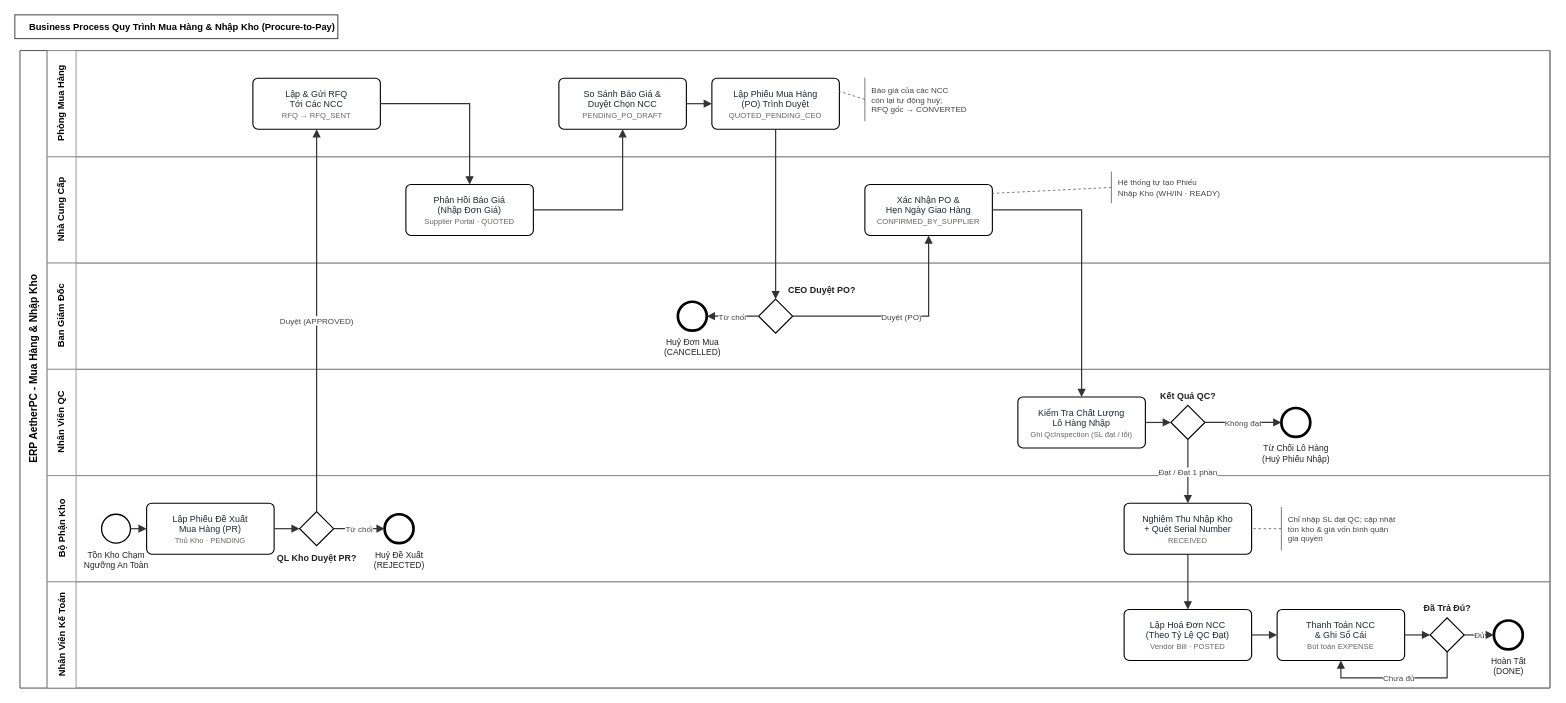
Before: docs/diagrams/bpmn/quy_trinh_mua_hang.drawio in hoangmkid12/ERP_AetherPC, a draw.io diagram. Source tidied: cells renumbered, new cells numbered last; positions are measured from the earlier drawing's top-left corner, leaving out a move shared by most shapes. Both pictures are drawn from the tidied source at 85%, with x=0, y=0 at pixel (14, 14).
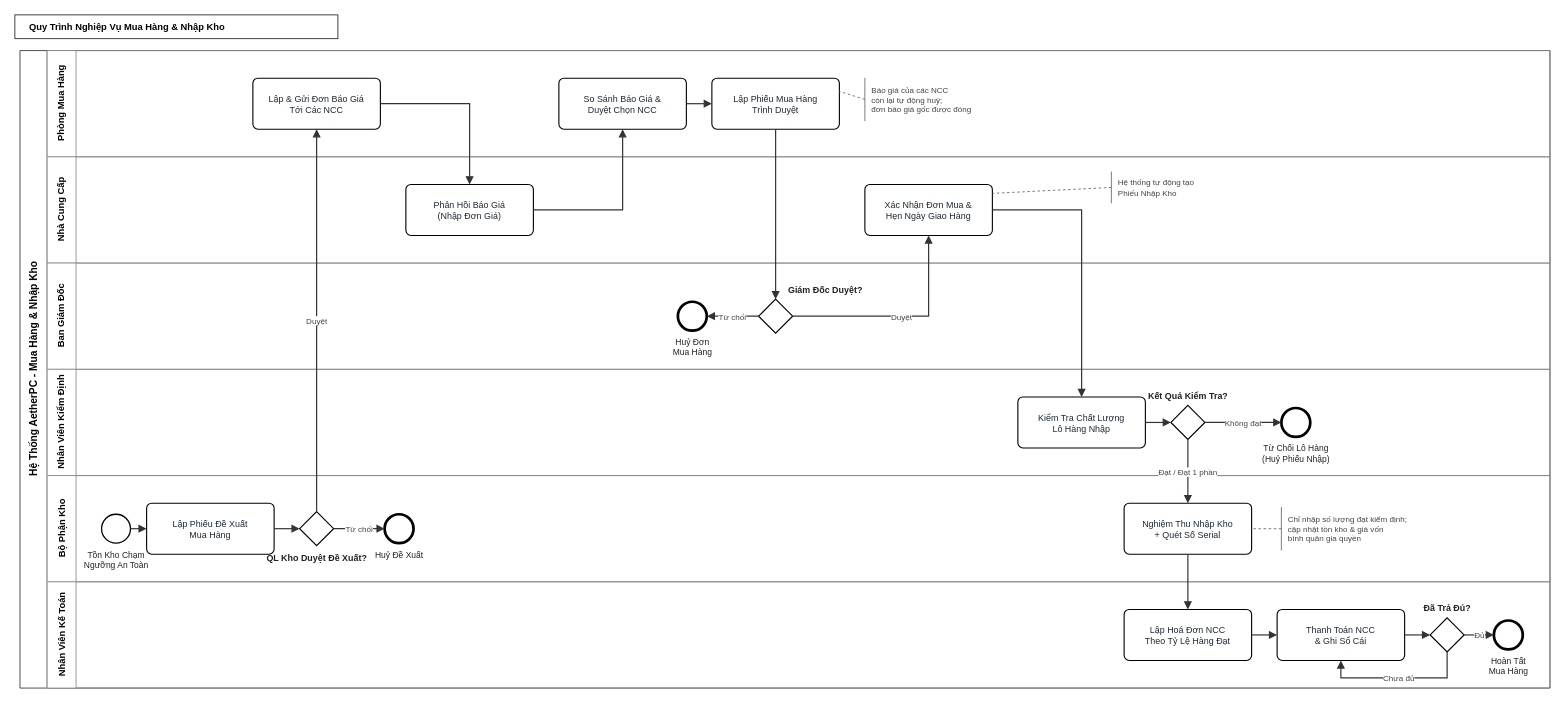
Above is the later version.

Commit message (it also covers changes not shown here):
docs(bpmn): so do mua hang chi dung tieng Viet, doi RFQ thanh Don Bao Gia, bo dong ma trang thai

What changed in the source:
```diff
@@
-    <mxCell id="2" value="Business Process Quy Trình Mua Hàng &amp; Nhập Kho (Procure-to-Pay)" style="rounded=0;whiteSpace=wrap;html=1;fillColor=#FFFFFF;strokeColor=#222222;fontSize=11;fontStyle=1;align=left;spacingLeft=15;verticalAlign=middle;" parent="1" vertex="1">
+    <mxCell id="2" value="Quy Trình Nghiệp Vụ Mua Hàng &amp; Nhập Kho" style="rounded=0;whiteSpace=wrap;html=1;fillColor=#FFFFFF;strokeColor=#222222;fontSize=11;fontStyle=1;align=left;spacingLeft=15;verticalAlign=middle;" parent="1" vertex="1">
       <mxGeometry width="380" height="28" as="geometry" />
     </mxCell>
-    <mxCell id="3" value="ERP AetherPC - Mua Hàng &amp; Nhập Kho" style="swimlane;html=1;startSize=32;horizontal=0;fillColor=#FFFFFF;strokeColor=#333333;fontStyle=1;fontSize=12;" parent="1" vertex="1">
+    <mxCell id="3" value="Hệ Thống AetherPC - Mua Hàng &amp; Nhập Kho" style="swimlane;html=1;startSize=32;horizontal=0;fillColor=#FFFFFF;strokeColor=#333333;fontStyle=1;fontSize=12;" parent="1" vertex="1">
       <mxGeometry x="6" y="42" width="1800" height="750" as="geometry" />
     </mxCell>
@@
-    <mxCell id="7" value="Nhân Viên QC" style="swimlane;html=1;startSize=34;horizontal=0;fillColor=#FFFFFF;strokeColor=#888888;fontStyle=1;fontSize=11;" parent="3" vertex="1">
+    <mxCell id="7" value="Nhân Viên Kiểm Định" style="swimlane;html=1;startSize=34;horizontal=0;fillColor=#FFFFFF;strokeColor=#888888;fontStyle=1;fontSize=11;" parent="3" vertex="1">
       <mxGeometry x="32" y="375" width="1768" height="125" as="geometry" />
     </mxCell>
@@
-    <mxCell id="12" value="Lập Phiếu Đề Xuất&lt;br/&gt;Mua Hàng (PR)&lt;br/&gt;&lt;font color=&quot;#666666&quot; style=&quot;font-size:9px&quot;&gt;Thủ Kho · PENDING&lt;/font&gt;" style="rounded=1;arcSize=10;whiteSpace=wrap;html=1;fillColor=#FFFFFF;strokeColor=#000000;strokeWidth=1.3;fontSize=10.5;fontColor=#1C2833;" parent="1" vertex="1">
+    <mxCell id="12" value="Lập Phiếu Đề Xuất&lt;br/&gt;Mua Hàng" style="rounded=1;arcSize=10;whiteSpace=wrap;html=1;fillColor=#FFFFFF;strokeColor=#000000;strokeWidth=1.3;fontSize=10.5;fontColor=#1C2833;" parent="1" vertex="1">
       <mxGeometry x="155" y="574.5" width="150" height="60" as="geometry" />
     </mxCell>
@@
-    <mxCell id="14" value="QL Kho Duyệt PR?" style="text;html=1;align=center;verticalAlign=top;strokeColor=none;fillColor=none;fontSize=10.5;fontStyle=1;fontColor=#222222;" parent="1" vertex="1">
-      <mxGeometry x="295" y="626" width="120" height="25" as="geometry" />
+    <mxCell id="14" value="QL Kho Duyệt Đề Xuất?" style="text;html=1;align=center;verticalAlign=top;strokeColor=none;fillColor=none;fontSize=10.5;fontStyle=1;fontColor=#222222;" parent="1" vertex="1">
+      <mxGeometry x="285" y="626" width="140" height="25" as="geometry" />
     </mxCell>
@@
-    <mxCell id="16" value="Huỷ Đề Xuất&lt;br/&gt;(REJECTED)" style="text;html=1;align=center;verticalAlign=top;strokeColor=none;fillColor=none;fontSize=10;fontColor=#222222;" parent="1" vertex="1">
+    <mxCell id="16" value="Huỷ Đề Xuất" style="text;html=1;align=center;verticalAlign=top;strokeColor=none;fillColor=none;fontSize=10;fontColor=#222222;" parent="1" vertex="1">
       <mxGeometry x="402" y="623" width="100" height="30" as="geometry" />
     </mxCell>
-    <mxCell id="17" value="Lập &amp;amp; Gửi RFQ&lt;br/&gt;Tới Các NCC&lt;br/&gt;&lt;font color=&quot;#666666&quot; style=&quot;font-size:9px&quot;&gt;RFQ → RFQ_SENT&lt;/font&gt;" style="rounded=1;arcSize=10;whiteSpace=wrap;html=1;fillColor=#FFFFFF;strokeColor=#000000;strokeWidth=1.3;fontSize=10.5;fontColor=#1C2833;" parent="1" vertex="1">
+    <mxCell id="17" value="Lập &amp; Gửi Đơn Báo Giá&lt;br/&gt;Tới Các NCC" style="rounded=1;arcSize=10;whiteSpace=wrap;html=1;fillColor=#FFFFFF;strokeColor=#000000;strokeWidth=1.3;fontSize=10.5;fontColor=#1C2833;" parent="1" vertex="1">
       <mxGeometry x="280" y="74.5" width="150" height="60" as="geometry" />
     </mxCell>
-    <mxCell id="18" value="Phản Hồi Báo Giá&lt;br/&gt;(Nhập Đơn Giá)&lt;br/&gt;&lt;font color=&quot;#666666&quot; style=&quot;font-size:9px&quot;&gt;Supplier Portal · QUOTED&lt;/font&gt;" style="rounded=1;arcSize=10;whiteSpace=wrap;html=1;fillColor=#FFFFFF;strokeColor=#000000;strokeWidth=1.3;fontSize=10.5;fontColor=#1C2833;" parent="1" vertex="1">
+    <mxCell id="18" value="Phản Hồi Báo Giá&lt;br/&gt;(Nhập Đơn Giá)" style="rounded=1;arcSize=10;whiteSpace=wrap;html=1;fillColor=#FFFFFF;strokeColor=#000000;strokeWidth=1.3;fontSize=10.5;fontColor=#1C2833;" parent="1" vertex="1">
       <mxGeometry x="460" y="199.5" width="150" height="60" as="geometry" />
     </mxCell>
-    <mxCell id="19" value="So Sánh Báo Giá &amp;amp;&lt;br/&gt;Duyệt Chọn NCC&lt;br/&gt;&lt;font color=&quot;#666666&quot; style=&quot;font-size:9px&quot;&gt;PENDING_PO_DRAFT&lt;/font&gt;" style="rounded=1;arcSize=10;whiteSpace=wrap;html=1;fillColor=#FFFFFF;strokeColor=#000000;strokeWidth=1.3;fontSize=10.5;fontColor=#1C2833;" parent="1" vertex="1">
+    <mxCell id="19" value="So Sánh Báo Giá &amp;&lt;br/&gt;Duyệt Chọn NCC" style="rounded=1;arcSize=10;whiteSpace=wrap;html=1;fillColor=#FFFFFF;strokeColor=#000000;strokeWidth=1.3;fontSize=10.5;fontColor=#1C2833;" parent="1" vertex="1">
       <mxGeometry x="640" y="74.5" width="150" height="60" as="geometry" />
     </mxCell>
-    <mxCell id="20" value="Lập Phiếu Mua Hàng&lt;br/&gt;(PO) Trình Duyệt&lt;br/&gt;&lt;font color=&quot;#666666&quot; style=&quot;font-size:9px&quot;&gt;QUOTED_PENDING_CEO&lt;/font&gt;" style="rounded=1;arcSize=10;whiteSpace=wrap;html=1;fillColor=#FFFFFF;strokeColor=#000000;strokeWidth=1.3;fontSize=10.5;fontColor=#1C2833;" parent="1" vertex="1">
+    <mxCell id="20" value="Lập Phiếu Mua Hàng&lt;br/&gt;Trình Duyệt" style="rounded=1;arcSize=10;whiteSpace=wrap;html=1;fillColor=#FFFFFF;strokeColor=#000000;strokeWidth=1.3;fontSize=10.5;fontColor=#1C2833;" parent="1" vertex="1">
       <mxGeometry x="820" y="74.5" width="150" height="60" as="geometry" />
     </mxCell>
-    <mxCell id="21" value="Báo giá của các NCC&lt;br/&gt;còn lại tự động huỷ;&lt;br/&gt;RFQ gốc → CONVERTED" style="shape=partialRectangle;whiteSpace=wrap;html=1;top=0;bottom=0;right=0;fillColor=none;strokeColor=#666666;align=left;spacingLeft=6;fontSize=9.5;fontColor=#444444;" parent="1" vertex="1">
+    <mxCell id="21" value="Báo giá của các NCC&lt;br/&gt;còn lại tự động huỷ;&lt;br/&gt;đơn báo giá gốc được đóng" style="shape=partialRectangle;whiteSpace=wrap;html=1;top=0;bottom=0;right=0;fillColor=none;strokeColor=#666666;align=left;spacingLeft=6;fontSize=9.5;fontColor=#444444;" parent="1" vertex="1">
       <mxGeometry x="1000" y="74.5" width="150" height="50" as="geometry" />
     </mxCell>
@@
-    <mxCell id="23" value="CEO Duyệt PO?" style="text;html=1;align=left;verticalAlign=bottom;strokeColor=none;fillColor=none;fontSize=10.5;fontStyle=1;fontColor=#222222;" parent="1" vertex="1">
+    <mxCell id="23" value="Giám Đốc Duyệt?" style="text;html=1;align=left;verticalAlign=bottom;strokeColor=none;fillColor=none;fontSize=10.5;fontStyle=1;fontColor=#222222;" parent="1" vertex="1">
       <mxGeometry x="908" y="308" width="110" height="25" as="geometry" />
     </mxCell>
@@
-    <mxCell id="25" value="Huỷ Đơn Mua&lt;br/&gt;(CANCELLED)" style="text;html=1;align=center;verticalAlign=top;strokeColor=none;fillColor=none;fontSize=10;fontColor=#222222;" parent="1" vertex="1">
+    <mxCell id="25" value="Huỷ Đơn&lt;br/&gt;Mua Hàng" style="text;html=1;align=center;verticalAlign=top;strokeColor=none;fillColor=none;fontSize=10;fontColor=#222222;" parent="1" vertex="1">
       <mxGeometry x="747" y="373" width="100" height="30" as="geometry" />
     </mxCell>
-    <mxCell id="26" value="Xác Nhận PO &amp;amp;&lt;br/&gt;Hẹn Ngày Giao Hàng&lt;br/&gt;&lt;font color=&quot;#666666&quot; style=&quot;font-size:9px&quot;&gt;CONFIRMED_BY_SUPPLIER&lt;/font&gt;" style="rounded=1;arcSize=10;whiteSpace=wrap;html=1;fillColor=#FFFFFF;strokeColor=#000000;strokeWidth=1.3;fontSize=10.5;fontColor=#1C2833;" parent="1" vertex="1">
+    <mxCell id="26" value="Xác Nhận Đơn Mua &amp;&lt;br/&gt;Hẹn Ngày Giao Hàng" style="rounded=1;arcSize=10;whiteSpace=wrap;html=1;fillColor=#FFFFFF;strokeColor=#000000;strokeWidth=1.3;fontSize=10.5;fontColor=#1C2833;" parent="1" vertex="1">
       <mxGeometry x="1000" y="199.5" width="150" height="60" as="geometry" />
     </mxCell>
-    <mxCell id="27" value="Hệ thống tự tạo Phiếu&lt;br/&gt;Nhập Kho (WH/IN · READY)" style="shape=partialRectangle;whiteSpace=wrap;html=1;top=0;bottom=0;right=0;fillColor=none;strokeColor=#666666;align=left;spacingLeft=6;fontSize=9.5;fontColor=#444444;" parent="1" vertex="1">
+    <mxCell id="27" value="Hệ thống tự động tạo&lt;br/&gt;Phiếu Nhập Kho" style="shape=partialRectangle;whiteSpace=wrap;html=1;top=0;bottom=0;right=0;fillColor=none;strokeColor=#666666;align=left;spacingLeft=6;fontSize=9.5;fontColor=#444444;" parent="1" vertex="1">
       <mxGeometry x="1290" y="185" width="160" height="36" as="geometry" />
     </mxCell>
-    <mxCell id="28" value="Kiểm Tra Chất Lượng&lt;br/&gt;Lô Hàng Nhập&lt;br/&gt;&lt;font color=&quot;#666666&quot; style=&quot;font-size:9px&quot;&gt;Ghi QcInspection (SL đạt / lỗi)&lt;/font&gt;" style="rounded=1;arcSize=10;whiteSpace=wrap;html=1;fillColor=#FFFFFF;strokeColor=#000000;strokeWidth=1.3;fontSize=10.5;fontColor=#1C2833;" parent="1" vertex="1">
+    <mxCell id="28" value="Kiểm Tra Chất Lượng&lt;br/&gt;Lô Hàng Nhập" style="rounded=1;arcSize=10;whiteSpace=wrap;html=1;fillColor=#FFFFFF;strokeColor=#000000;strokeWidth=1.3;fontSize=10.5;fontColor=#1C2833;" parent="1" vertex="1">
       <mxGeometry x="1180" y="449.5" width="150" height="60" as="geometry" />
     </mxCell>
@@
-    <mxCell id="30" value="Kết Quả QC?" style="text;html=1;align=center;verticalAlign=bottom;strokeColor=none;fillColor=none;fontSize=10.5;fontStyle=1;fontColor=#222222;" parent="1" vertex="1">
+    <mxCell id="30" value="Kết Quả Kiểm Tra?" style="text;html=1;align=center;verticalAlign=bottom;strokeColor=none;fillColor=none;fontSize=10.5;fontStyle=1;fontColor=#222222;" parent="1" vertex="1">
       <mxGeometry x="1320" y="432" width="120" height="25" as="geometry" />
     </mxCell>
@@
-    <mxCell id="33" value="Nghiệm Thu Nhập Kho&lt;br/&gt;+ Quét Serial Number&lt;br/&gt;&lt;font color=&quot;#666666&quot; style=&quot;font-size:9px&quot;&gt;RECEIVED&lt;/font&gt;" style="rounded=1;arcSize=10;whiteSpace=wrap;html=1;fillColor=#FFFFFF;strokeColor=#000000;strokeWidth=1.3;fontSize=10.5;fontColor=#1C2833;" parent="1" vertex="1">
+    <mxCell id="33" value="Nghiệm Thu Nhập Kho&lt;br/&gt;+ Quét Số Serial" style="rounded=1;arcSize=10;whiteSpace=wrap;html=1;fillColor=#FFFFFF;strokeColor=#000000;strokeWidth=1.3;fontSize=10.5;fontColor=#1C2833;" parent="1" vertex="1">
       <mxGeometry x="1305" y="574.5" width="150" height="60" as="geometry" />
     </mxCell>
-    <mxCell id="34" value="Chỉ nhập SL đạt QC; cập nhật&lt;br/&gt;tồn kho &amp;amp; giá vốn bình quân&lt;br/&gt;gia quyền" style="shape=partialRectangle;whiteSpace=wrap;html=1;top=0;bottom=0;right=0;fillColor=none;strokeColor=#666666;align=left;spacingLeft=6;fontSize=9.5;fontColor=#444444;" parent="1" vertex="1">
-      <mxGeometry x="1490" y="579.5" width="170" height="50" as="geometry" />
+    <mxCell id="34" value="Chỉ nhập số lượng đạt kiểm định;&lt;br/&gt;cập nhật tồn kho &amp; giá vốn&lt;br/&gt;bình quân gia quyền" style="shape=partialRectangle;whiteSpace=wrap;html=1;top=0;bottom=0;right=0;fillColor=none;strokeColor=#666666;align=left;spacingLeft=6;fontSize=9.5;fontColor=#444444;" parent="1" vertex="1">
+      <mxGeometry x="1490" y="579.5" width="200" height="50" as="geometry" />
     </mxCell>
-    <mxCell id="35" value="Lập Hoá Đơn NCC&lt;br/&gt;(Theo Tỷ Lệ QC Đạt)&lt;br/&gt;&lt;font color=&quot;#666666&quot; style=&quot;font-size:9px&quot;&gt;Vendor Bill · POSTED&lt;/font&gt;" style="rounded=1;arcSize=10;whiteSpace=wrap;html=1;fillColor=#FFFFFF;strokeColor=#000000;strokeWidth=1.3;fontSize=10.5;fontColor=#1C2833;" parent="1" vertex="1">
+    <mxCell id="35" value="Lập Hoá Đơn NCC&lt;br/&gt;Theo Tỷ Lệ Hàng Đạt" style="rounded=1;arcSize=10;whiteSpace=wrap;html=1;fillColor=#FFFFFF;strokeColor=#000000;strokeWidth=1.3;fontSize=10.5;fontColor=#1C2833;" parent="1" vertex="1">
       <mxGeometry x="1305" y="699.5" width="150" height="60" as="geometry" />
     </mxCell>
-    <mxCell id="36" value="Thanh Toán NCC&lt;br/&gt;&amp;amp; Ghi Sổ Cái&lt;br/&gt;&lt;font color=&quot;#666666&quot; style=&quot;font-size:9px&quot;&gt;Bút toán EXPENSE&lt;/font&gt;" style="rounded=1;arcSize=10;whiteSpace=wrap;html=1;fillColor=#FFFFFF;strokeColor=#000000;strokeWidth=1.3;fontSize=10.5;fontColor=#1C2833;" parent="1" vertex="1">
+    <mxCell id="36" value="Thanh Toán NCC&lt;br/&gt;&amp; Ghi Sổ Cái" style="rounded=1;arcSize=10;whiteSpace=wrap;html=1;fillColor=#FFFFFF;strokeColor=#000000;strokeWidth=1.3;fontSize=10.5;fontColor=#1C2833;" parent="1" vertex="1">
       <mxGeometry x="1485" y="699.5" width="150" height="60" as="geometry" />
     </mxCell>
@@
-    <mxCell id="40" value="Hoàn Tất&lt;br/&gt;(DONE)" style="text;html=1;align=center;verticalAlign=top;strokeColor=none;fillColor=none;fontSize=10;fontColor=#222222;" parent="1" vertex="1">
+    <mxCell id="40" value="Hoàn Tất&lt;br/&gt;Mua Hàng" style="text;html=1;align=center;verticalAlign=top;strokeColor=none;fillColor=none;fontSize=10;fontColor=#222222;" parent="1" vertex="1">
       <mxGeometry x="1707" y="748" width="100" height="30" as="geometry" />
     </mxCell>
@@
-    <mxCell id="44" value="Duyệt (APPROVED)" style="edgeStyle=orthogonalEdgeStyle;rounded=0;orthogonalLoop=1;jettySize=auto;html=1;endArrow=block;endFill=1;strokeColor=#333333;strokeWidth=1.4;fontSize=9.5;fontColor=#444444;labelBackgroundColor=#FFFFFF;" parent="1" edge="1">
+    <mxCell id="44" value="Duyệt" style="edgeStyle=orthogonalEdgeStyle;rounded=0;orthogonalLoop=1;jettySize=auto;html=1;endArrow=block;endFill=1;strokeColor=#333333;strokeWidth=1.4;fontSize=9.5;fontColor=#444444;labelBackgroundColor=#FFFFFF;" parent="1" edge="1">
       <mxGeometry relative="1" as="geometry">
         <mxPoint x="355" y="584.5" as="sourcePoint" />
         <mxPoint x="355" y="134.5" as="targetPoint" />
       </mxGeometry>
     </mxCell>
@@
-    <mxCell id="50" value="Duyệt (PO)" style="edgeStyle=orthogonalEdgeStyle;rounded=0;orthogonalLoop=1;jettySize=auto;html=1;endArrow=block;endFill=1;strokeColor=#333333;strokeWidth=1.4;fontSize=9.5;fontColor=#444444;labelBackgroundColor=#FFFFFF;" parent="1" edge="1">
+    <mxCell id="50" value="Duyệt" style="edgeStyle=orthogonalEdgeStyle;rounded=0;orthogonalLoop=1;jettySize=auto;html=1;endArrow=block;endFill=1;strokeColor=#333333;strokeWidth=1.4;fontSize=9.5;fontColor=#444444;labelBackgroundColor=#FFFFFF;" parent="1" edge="1">
       <mxGeometry relative="1" as="geometry">
         <mxPoint x="915" y="354.5" as="sourcePoint" />
         <mxPoint x="1075" y="259.5" as="targetPoint" />
         <Array as="points">
           <mxPoint x="1075" y="354.5" />
         </Array>
       </mxGeometry>
     </mxCell>
```
